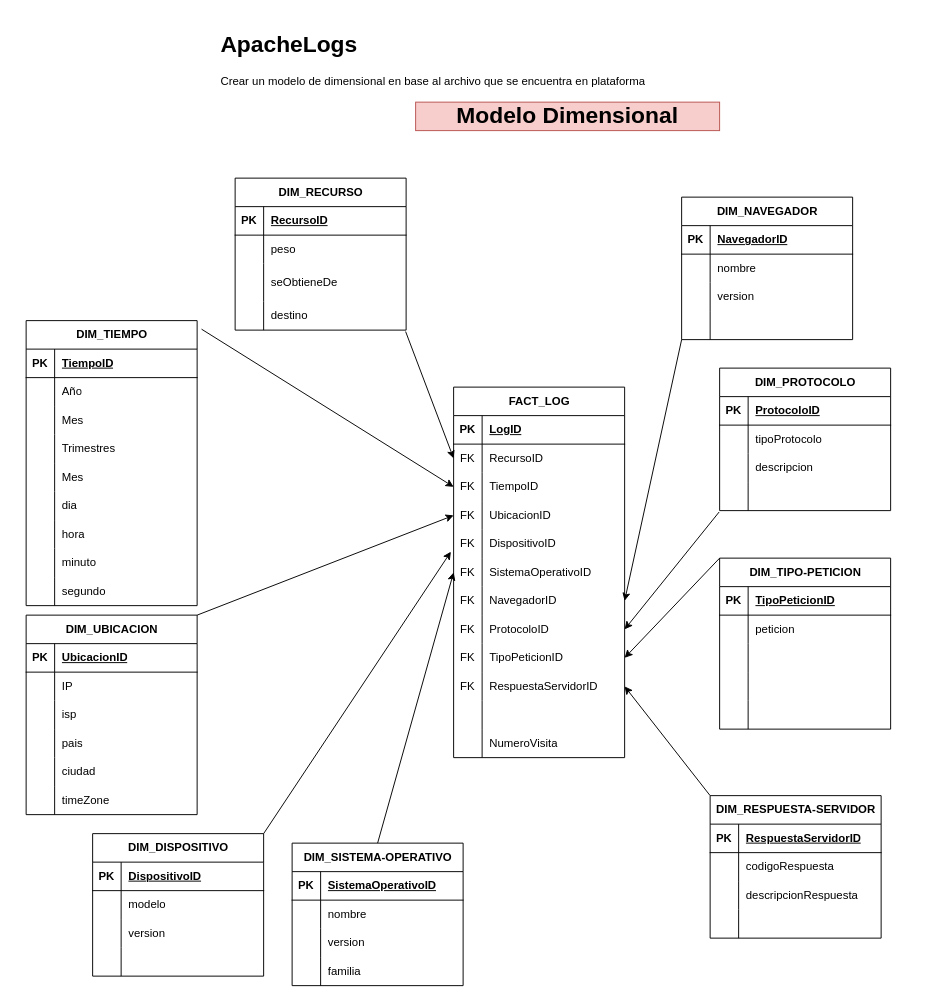
The draw.io diagram page "modelo_apache_log" (1 of 2) of apache_log.drawio in itslourdes/lourdesvaca, before the edit. Source tidied: cells renumbered, new cells numbered last; positions are measured from the earlier drawing's top-left corner, leaving out a move shared by most shapes. Both pictures are drawn from the tidied source at 95%, with x=0, y=0 at pixel (26, 26).
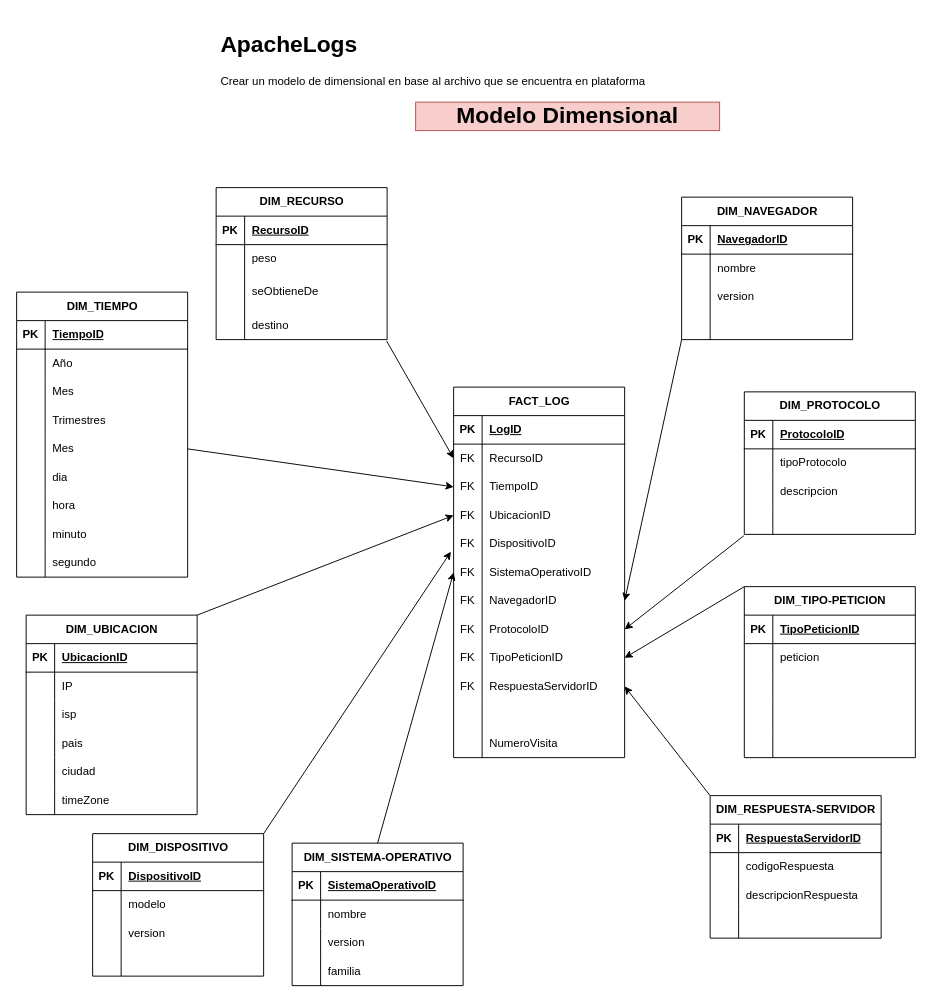
Above is the later version.

The change refers to these unchanged cells:
```xml
<mxCell id="15" style="shape=tableRow;horizontal=0;startSize=0;swimlaneHead=0;swimlaneBody=0;fillColor=none;points=[[0,0.5],[1,0.5]];portConstraint=eastwest;top=0;left=0;right=0;bottom=0;" parent="2" vertex="1">
  <mxGeometry y="150" width="180" height="30" as="geometry" />
</mxCell>
<mxCell id="37" style="shape=tableRow;horizontal=0;startSize=0;swimlaneHead=0;swimlaneBody=0;fillColor=none;points=[[0,0.5],[1,0.5]];portConstraint=eastwest;top=0;left=0;right=0;bottom=0;" parent="30" vertex="1">
  <mxGeometry y="90" width="180" height="30" as="geometry" />
</mxCell>
```

Change to the diagram source:
```diff
@@
     <mxCell id="2" value="DIM_TIEMPO" style="shape=table;startSize=30;childLayout=tableLayout;rowLines=0;fontStyle=1;align=center;html=1;" parent="1" vertex="1">
-      <mxGeometry y="310" width="180" height="300" as="geometry" />
+      <mxGeometry x="-10" y="280" width="180" height="300" as="geometry" />
     </mxCell>
@@
     <mxCell id="86" value="DIM_TIPO-PETICION" style="shape=table;startSize=30;childLayout=tableLayout;rowLines=0;fontStyle=1;align=center;html=1;" parent="1" vertex="1">
-      <mxGeometry x="730" y="560" width="180" height="180" as="geometry" />
+      <mxGeometry x="756" y="590" width="180" height="180" as="geometry" />
     </mxCell>
@@
-    <mxCell id="129" style="endArrow=classic;html=1;rounded=0;exitX=1.026;exitY=0.03;exitDx=0;exitDy=0;exitPerimeter=0;entryX=0;entryY=0.5;entryDx=0;entryDy=0;" parent="1" edge="1" source="2" target="37">
+    <mxCell id="129" style="endArrow=classic;html=1;rounded=0;exitX=1;exitY=0.5;exitDx=0;exitDy=0;entryX=0;entryY=0.5;entryDx=0;entryDy=0;" parent="1" edge="1" source="15" target="37">
       <mxGeometry relative="1" as="geometry" />
     </mxCell>
@@
     <mxCell id="135" value="DIM_RECURSO" style="shape=table;startSize=30;childLayout=tableLayout;rowLines=0;fontStyle=1;align=center;html=1;" parent="1" vertex="1">
-      <mxGeometry x="220" y="160" width="180" height="160" as="geometry" />
+      <mxGeometry x="200" y="170" width="180" height="160" as="geometry" />
     </mxCell>
@@
     <mxCell id="151" value="DIM_PROTOCOLO" style="shape=table;startSize=30;childLayout=tableLayout;rowLines=0;fontStyle=1;align=center;html=1;" parent="1" vertex="1">
-      <mxGeometry x="730" y="360" width="180" height="150" as="geometry" />
+      <mxGeometry x="756" y="385" width="180" height="150" as="geometry" />
     </mxCell>
```
